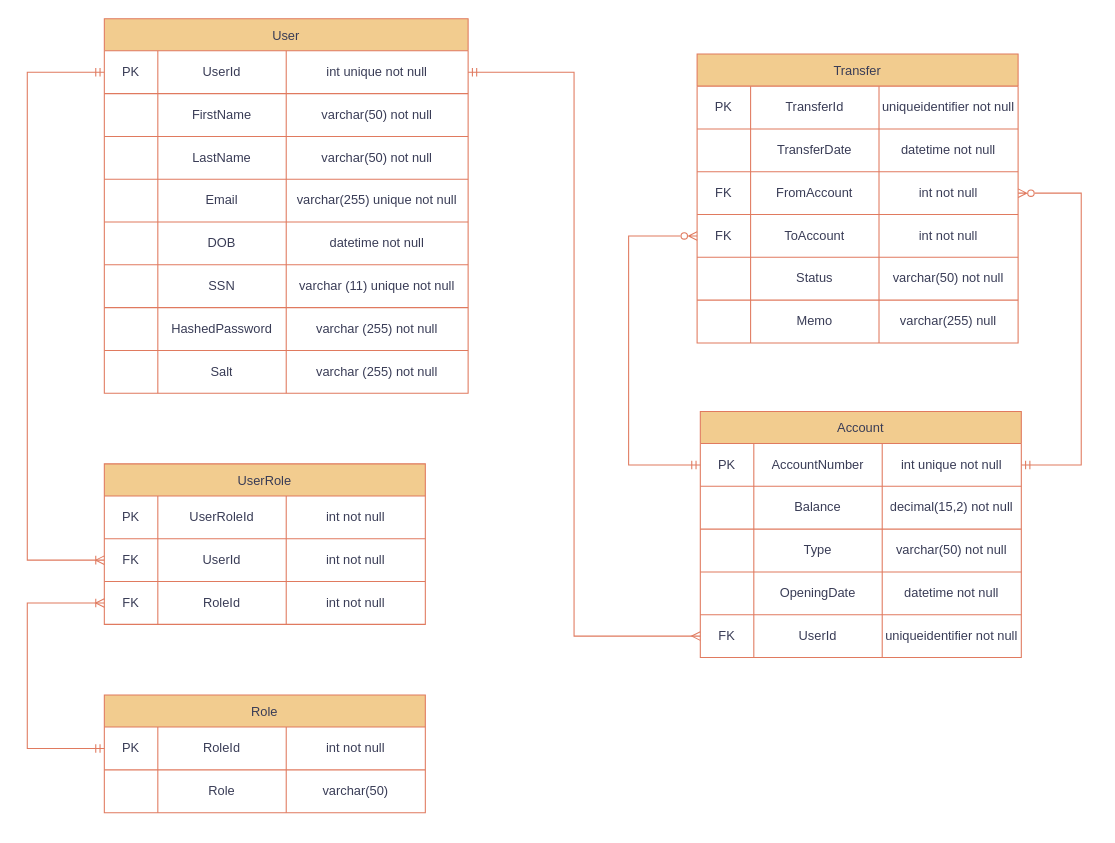
Before: Docs/BankingERD.drawio in Beugenius/BankingSystem, a draw.io diagram. Source tidied: cells renumbered, new cells numbered last; positions are measured from the earlier drawing's top-left corner, leaving out a move shared by most shapes. Both pictures are drawn from the tidied source at 107%, with x=0, y=0 at pixel (27, 18).
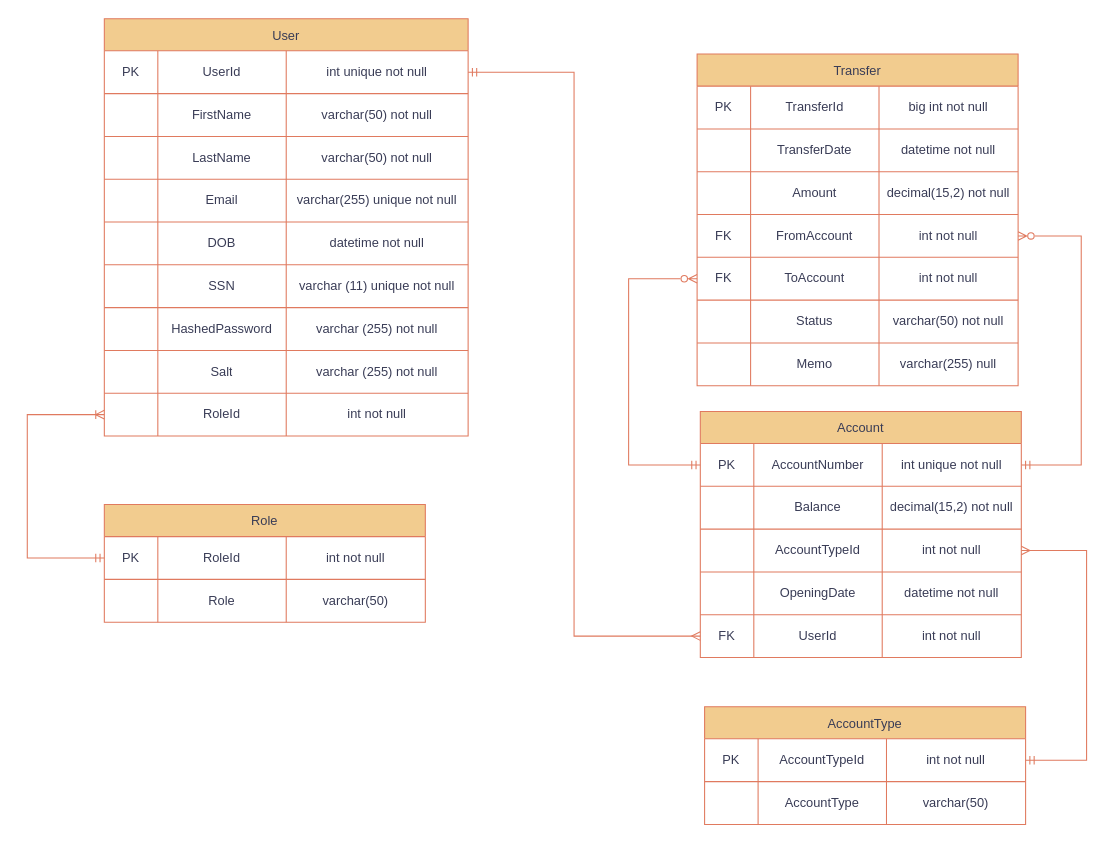
The same page after the edit.

Commit message (it also covers changes not shown here):
finishing stored procedure calls and dummy data implementation. ERD fixed to reflect database decisions

The change refers to these unchanged cells:
```xml
<mxCell id="3" style="shape=tableRow;horizontal=0;startSize=0;swimlaneHead=0;swimlaneBody=0;strokeColor=#E07A5F;top=0;left=0;bottom=0;right=0;fillColor=none;points=[[0,0.5],[1,0.5]];portConstraint=eastwest;labelBackgroundColor=none;fontColor=#393C56;" parent="2" vertex="1">
  <mxGeometry y="30" width="340" height="40" as="geometry" />
</mxCell>
<mxCell id="36" style="shape=tableRow;horizontal=0;startSize=0;swimlaneHead=0;swimlaneBody=0;strokeColor=#E07A5F;top=0;left=0;bottom=0;right=0;fillColor=none;points=[[0,0.5],[1,0.5]];portConstraint=eastwest;labelBackgroundColor=none;fontColor=#393C56;" parent="35" vertex="1">
  <mxGeometry y="30" width="300" height="40" as="geometry" />
</mxCell>
<mxCell id="44" style="shape=tableRow;horizontal=0;startSize=0;swimlaneHead=0;swimlaneBody=0;strokeColor=#E07A5F;top=0;left=0;bottom=0;right=0;fillColor=none;points=[[0,0.5],[1,0.5]];portConstraint=eastwest;labelBackgroundColor=none;fontColor=#393C56;" parent="35" vertex="1">
  <mxGeometry y="110" width="300" height="40" as="geometry" />
</mxCell>
<mxCell id="52" style="shape=tableRow;horizontal=0;startSize=0;swimlaneHead=0;swimlaneBody=0;strokeColor=#E07A5F;top=0;left=0;bottom=0;right=0;fillColor=none;points=[[0,0.5],[1,0.5]];portConstraint=eastwest;labelBackgroundColor=none;fontColor=#393C56;" parent="35" vertex="1">
  <mxGeometry y="190" width="300" height="40" as="geometry" />
</mxCell>
<mxCell id="70" style="shape=tableRow;horizontal=0;startSize=0;swimlaneHead=0;swimlaneBody=0;strokeColor=#E07A5F;top=0;left=0;bottom=0;right=0;fillColor=none;labelBackgroundColor=none;fontColor=#393C56;" parent="69" vertex="1">
  <mxGeometry y="30" width="300" height="40" as="geometry" />
</mxCell>
<mxCell id="99" style="shape=tableRow;horizontal=0;startSize=0;swimlaneHead=0;swimlaneBody=0;strokeColor=#E07A5F;top=0;left=0;bottom=0;right=0;fillColor=none;points=[[0,0.5],[1,0.5]];portConstraint=eastwest;labelBackgroundColor=none;fontColor=#393C56;" parent="98" vertex="1">
  <mxGeometry y="30" width="300" height="40" as="geometry" />
</mxCell>
```

The edit, as a diff of the source:
```diff
@@
     <mxCell id="2" value="User" style="shape=table;startSize=30;childLayout=tableLayout;labelBackgroundColor=none;fillColor=#F2CC8F;strokeColor=#E07A5F;fontColor=#393C56;" parent="1" vertex="1">
-      <mxGeometry x="72" width="340" height="350" as="geometry" />
+      <mxGeometry x="72" width="340" height="390" as="geometry" />
     </mxCell>
@@
+    <mxCell id="108" style="shape=tableRow;horizontal=0;startSize=0;swimlaneHead=0;swimlaneBody=0;strokeColor=#E07A5F;top=0;left=0;bottom=0;right=0;fillColor=none;points=[[0,0.5],[1,0.5]];portConstraint=eastwest;labelBackgroundColor=none;fontColor=#393C56;" parent="2" vertex="1">
+      <mxGeometry y="350" width="340" height="40" as="geometry" />
+    </mxCell>
+    <mxCell id="109" style="shape=partialRectangle;html=1;whiteSpace=wrap;strokeColor=#E07A5F;overflow=hidden;fillColor=none;top=0;left=0;bottom=0;right=0;labelBackgroundColor=none;fontColor=#393C56;" parent="108" vertex="1">
+      <mxGeometry width="50" height="40" as="geometry" />
+    </mxCell>
+    <mxCell id="67" value="RoleId" style="shape=partialRectangle;html=1;whiteSpace=wrap;strokeColor=#E07A5F;overflow=hidden;fillColor=none;top=0;left=0;bottom=0;right=0;labelBackgroundColor=none;fontColor=#393C56;" parent="108" vertex="1">
+      <mxGeometry x="50" width="120" height="40" as="geometry" />
+    </mxCell>
+    <mxCell id="110" value="int not null" style="shape=partialRectangle;html=1;whiteSpace=wrap;strokeColor=#E07A5F;overflow=hidden;fillColor=none;top=0;left=0;bottom=0;right=0;labelBackgroundColor=none;fontColor=#393C56;" parent="108" vertex="1">
+      <mxGeometry x="170" width="170" height="40" as="geometry" />
+    </mxCell>
@@
-    <mxCell id="46" value="Type" style="shape=partialRectangle;html=1;whiteSpace=wrap;strokeColor=#E07A5F;overflow=hidden;fillColor=none;top=0;left=0;bottom=0;right=0;labelBackgroundColor=none;fontColor=#393C56;" parent="44" vertex="1">
+    <mxCell id="46" value="AccountTypeId" style="shape=partialRectangle;html=1;whiteSpace=wrap;strokeColor=#E07A5F;overflow=hidden;fillColor=none;top=0;left=0;bottom=0;right=0;labelBackgroundColor=none;fontColor=#393C56;" parent="44" vertex="1">
       <mxGeometry x="50" width="120" height="40" as="geometry" />
     </mxCell>
-    <mxCell id="47" value="varchar(50) not null" style="shape=partialRectangle;html=1;whiteSpace=wrap;strokeColor=#E07A5F;overflow=hidden;fillColor=none;top=0;left=0;bottom=0;right=0;labelBackgroundColor=none;fontColor=#393C56;" parent="44" vertex="1">
+    <mxCell id="47" value="int not null" style="shape=partialRectangle;html=1;whiteSpace=wrap;strokeColor=#E07A5F;overflow=hidden;fillColor=none;top=0;left=0;bottom=0;right=0;labelBackgroundColor=none;fontColor=#393C56;" parent="44" vertex="1">
       <mxGeometry x="170" width="130" height="40" as="geometry" />
     </mxCell>
@@
-    <mxCell id="55" value="uniqueidentifier not null" style="shape=partialRectangle;html=1;whiteSpace=wrap;strokeColor=#E07A5F;overflow=hidden;fillColor=none;top=0;left=0;bottom=0;right=0;labelBackgroundColor=none;fontColor=#393C56;" parent="52" vertex="1">
+    <mxCell id="55" value="int not null" style="shape=partialRectangle;html=1;whiteSpace=wrap;strokeColor=#E07A5F;overflow=hidden;fillColor=none;top=0;left=0;bottom=0;right=0;labelBackgroundColor=none;fontColor=#393C56;" parent="52" vertex="1">
       <mxGeometry x="170" width="130" height="40" as="geometry" />
     </mxCell>
-    <mxCell id="56" value="UserRole" style="shape=table;startSize=30;childLayout=tableLayout;labelBackgroundColor=none;fillColor=#F2CC8F;strokeColor=#E07A5F;fontColor=#393C56;" parent="1" vertex="1">
-      <mxGeometry x="72" y="416" width="300" height="150" as="geometry" />
-    </mxCell>
-    <mxCell id="57" style="shape=tableRow;horizontal=0;startSize=0;swimlaneHead=0;swimlaneBody=0;strokeColor=#E07A5F;top=0;left=0;bottom=0;right=0;fillColor=none;points=[[0,0.5],[1,0.5]];portConstraint=eastwest;labelBackgroundColor=none;fontColor=#393C56;" parent="56" vertex="1">
-      <mxGeometry y="30" width="300" height="40" as="geometry" />
-    </mxCell>
-    <mxCell id="58" value="PK" style="shape=partialRectangle;html=1;whiteSpace=wrap;strokeColor=#E07A5F;overflow=hidden;fillColor=none;top=0;left=0;bottom=0;right=0;labelBackgroundColor=none;fontColor=#393C56;" parent="57" vertex="1">
-      <mxGeometry width="50" height="40" as="geometry" />
-    </mxCell>
-    <mxCell id="59" value="UserRoleId" style="shape=partialRectangle;html=1;whiteSpace=wrap;strokeColor=#E07A5F;overflow=hidden;fillColor=none;top=0;left=0;bottom=0;right=0;labelBackgroundColor=none;fontColor=#393C56;" parent="57" vertex="1">
-      <mxGeometry x="50" width="120" height="40" as="geometry" />
-    </mxCell>
-    <mxCell id="60" value="int not null" style="shape=partialRectangle;html=1;whiteSpace=wrap;strokeColor=#E07A5F;overflow=hidden;fillColor=none;top=0;left=0;bottom=0;right=0;labelBackgroundColor=none;fontColor=#393C56;" parent="57" vertex="1">
-      <mxGeometry x="170" width="130" height="40" as="geometry" />
-    </mxCell>
-    <mxCell id="61" style="shape=tableRow;horizontal=0;startSize=0;swimlaneHead=0;swimlaneBody=0;strokeColor=#E07A5F;top=0;left=0;bottom=0;right=0;fillColor=none;points=[[0,0.5],[1,0.5]];portConstraint=eastwest;labelBackgroundColor=none;fontColor=#393C56;" parent="56" vertex="1">
-      <mxGeometry y="70" width="300" height="40" as="geometry" />
-    </mxCell>
-    <mxCell id="62" value="FK" style="shape=partialRectangle;html=1;whiteSpace=wrap;strokeColor=#E07A5F;overflow=hidden;fillColor=none;top=0;left=0;bottom=0;right=0;labelBackgroundColor=none;fontColor=#393C56;" parent="61" vertex="1">
-      <mxGeometry width="50" height="40" as="geometry" />
-    </mxCell>
-    <mxCell id="63" value="UserId" style="shape=partialRectangle;html=1;whiteSpace=wrap;strokeColor=#E07A5F;overflow=hidden;fillColor=none;top=0;left=0;bottom=0;right=0;labelBackgroundColor=none;fontColor=#393C56;" parent="61" vertex="1">
-      <mxGeometry x="50" width="120" height="40" as="geometry" />
-    </mxCell>
-    <mxCell id="64" value="int not null" style="shape=partialRectangle;html=1;whiteSpace=wrap;strokeColor=#E07A5F;overflow=hidden;fillColor=none;top=0;left=0;bottom=0;right=0;labelBackgroundColor=none;fontColor=#393C56;" parent="61" vertex="1">
-      <mxGeometry x="170" width="130" height="40" as="geometry" />
-    </mxCell>
-    <mxCell id="65" style="shape=tableRow;horizontal=0;startSize=0;swimlaneHead=0;swimlaneBody=0;strokeColor=#E07A5F;top=0;left=0;bottom=0;right=0;fillColor=none;points=[[0,0.5],[1,0.5]];portConstraint=eastwest;labelBackgroundColor=none;fontColor=#393C56;" parent="56" vertex="1">
-      <mxGeometry y="110" width="300" height="40" as="geometry" />
-    </mxCell>
-    <mxCell id="66" value="FK" style="shape=partialRectangle;html=1;whiteSpace=wrap;strokeColor=#E07A5F;overflow=hidden;fillColor=none;top=0;left=0;bottom=0;right=0;labelBackgroundColor=none;fontColor=#393C56;" parent="65" vertex="1">
-      <mxGeometry width="50" height="40" as="geometry" />
-    </mxCell>
-    <mxCell id="67" value="RoleId" style="shape=partialRectangle;html=1;whiteSpace=wrap;strokeColor=#E07A5F;overflow=hidden;fillColor=none;top=0;left=0;bottom=0;right=0;labelBackgroundColor=none;fontColor=#393C56;" parent="65" vertex="1">
-      <mxGeometry x="50" width="120" height="40" as="geometry" />
-    </mxCell>
-    <mxCell id="68" value="int not null" style="shape=partialRectangle;html=1;whiteSpace=wrap;strokeColor=#E07A5F;overflow=hidden;fillColor=none;top=0;left=0;bottom=0;right=0;labelBackgroundColor=none;fontColor=#393C56;" parent="65" vertex="1">
-      <mxGeometry x="170" width="130" height="40" as="geometry" />
-    </mxCell>
     <mxCell id="69" value="Transfer" style="shape=table;startSize=30;childLayout=tableLayout;labelBackgroundColor=none;fillColor=#F2CC8F;strokeColor=#E07A5F;fontColor=#393C56;" parent="1" vertex="1">
-      <mxGeometry x="626" y="33" width="300" height="270" as="geometry" />
+      <mxGeometry x="626" y="33" width="300" height="310" as="geometry" />
     </mxCell>
@@
-    <mxCell id="73" value="uniqueidentifier not null" style="shape=partialRectangle;html=1;whiteSpace=wrap;strokeColor=#E07A5F;overflow=hidden;fillColor=none;top=0;left=0;bottom=0;right=0;labelBackgroundColor=none;fontColor=#393C56;" parent="70" vertex="1">
+    <mxCell id="73" value="big int not null" style="shape=partialRectangle;html=1;whiteSpace=wrap;strokeColor=#E07A5F;overflow=hidden;fillColor=none;top=0;left=0;bottom=0;right=0;labelBackgroundColor=none;fontColor=#393C56;" parent="70" vertex="1">
       <mxGeometry x="170" width="130" height="40" as="geometry" />
     </mxCell>
@@
+    <mxCell id="65" style="shape=tableRow;horizontal=0;startSize=0;swimlaneHead=0;swimlaneBody=0;strokeColor=#E07A5F;top=0;left=0;bottom=0;right=0;fillColor=none;points=[[0,0.5],[1,0.5]];portConstraint=eastwest;labelBackgroundColor=none;fontColor=#393C56;" parent="69" vertex="1">
+      <mxGeometry y="110" width="300" height="40" as="geometry" />
+    </mxCell>
+    <mxCell id="111" style="shape=partialRectangle;html=1;whiteSpace=wrap;strokeColor=#E07A5F;overflow=hidden;fillColor=none;top=0;left=0;bottom=0;right=0;labelBackgroundColor=none;fontColor=#393C56;" parent="65" vertex="1">
+      <mxGeometry width="50" height="40" as="geometry" />
+    </mxCell>
+    <mxCell id="112" value="Amount" style="shape=partialRectangle;html=1;whiteSpace=wrap;strokeColor=#E07A5F;overflow=hidden;fillColor=none;top=0;left=0;bottom=0;right=0;labelBackgroundColor=none;fontColor=#393C56;" parent="65" vertex="1">
+      <mxGeometry x="50" width="120" height="40" as="geometry" />
+    </mxCell>
+    <mxCell id="113" value="decimal(15,2) not null" style="shape=partialRectangle;html=1;whiteSpace=wrap;strokeColor=#E07A5F;overflow=hidden;fillColor=none;top=0;left=0;bottom=0;right=0;labelBackgroundColor=none;fontColor=#393C56;" parent="65" vertex="1">
+      <mxGeometry x="170" width="130" height="40" as="geometry" />
+    </mxCell>
     <mxCell id="78" style="shape=tableRow;horizontal=0;startSize=0;swimlaneHead=0;swimlaneBody=0;strokeColor=#E07A5F;top=0;left=0;bottom=0;right=0;fillColor=none;points=[[0,0.5],[1,0.5]];portConstraint=eastwest;labelBackgroundColor=none;fontColor=#393C56;" parent="69" vertex="1">
-      <mxGeometry y="110" width="300" height="40" as="geometry" />
+      <mxGeometry y="150" width="300" height="40" as="geometry" />
     </mxCell>
@@
     <mxCell id="82" style="shape=tableRow;horizontal=0;startSize=0;swimlaneHead=0;swimlaneBody=0;strokeColor=#E07A5F;top=0;left=0;bottom=0;right=0;fillColor=none;points=[[0,0.5],[1,0.5]];portConstraint=eastwest;labelBackgroundColor=none;fontColor=#393C56;" parent="69" vertex="1">
-      <mxGeometry y="150" width="300" height="40" as="geometry" />
+      <mxGeometry y="190" width="300" height="40" as="geometry" />
     </mxCell>
@@
     <mxCell id="86" style="shape=tableRow;horizontal=0;startSize=0;swimlaneHead=0;swimlaneBody=0;strokeColor=#E07A5F;top=0;left=0;bottom=0;right=0;fillColor=none;labelBackgroundColor=none;fontColor=#393C56;" parent="69" vertex="1">
-      <mxGeometry y="190" width="300" height="40" as="geometry" />
+      <mxGeometry y="230" width="300" height="40" as="geometry" />
     </mxCell>
@@
     <mxCell id="90" style="shape=tableRow;horizontal=0;startSize=0;swimlaneHead=0;swimlaneBody=0;strokeColor=#E07A5F;top=0;left=0;bottom=0;right=0;fillColor=none;labelBackgroundColor=none;fontColor=#393C56;" parent="69" vertex="1">
-      <mxGeometry y="230" width="300" height="40" as="geometry" />
+      <mxGeometry y="270" width="300" height="40" as="geometry" />
     </mxCell>
@@
-    <mxCell id="94" style="edgeStyle=orthogonalEdgeStyle;rounded=0;jettySize=auto;html=1;entryX=0;entryY=0.5;entryDx=0;entryDy=0;startArrow=ERmandOne;startFill=0;endArrow=ERoneToMany;endFill=0;labelBackgroundColor=none;strokeColor=#E07A5F;fontColor=default;" parent="1" edge="1" source="3" target="61">
-      <mxGeometry relative="1" as="geometry">
-        <Array as="points">
-          <mxPoint y="50" />
-          <mxPoint y="506" />
-        </Array>
-      </mxGeometry>
-    </mxCell>
@@
     <mxCell id="96" style="edgeStyle=orthogonalEdgeStyle;rounded=0;jettySize=auto;html=1;entryX=1;entryY=0.5;entryDx=0;entryDy=0;startArrow=ERmandOne;startFill=0;endArrow=ERzeroToMany;endFill=0;labelBackgroundColor=none;strokeColor=#E07A5F;fontColor=default;" parent="1" edge="1" source="36" target="78">
       <mxGeometry relative="1" as="geometry">
         <Array as="points">
           <mxPoint x="985" y="417" />
-          <mxPoint x="985" y="163" />
+          <mxPoint x="985" y="203" />
         </Array>
       </mxGeometry>
     </mxCell>
     <mxCell id="97" style="edgeStyle=orthogonalEdgeStyle;rounded=0;jettySize=auto;html=1;entryX=0;entryY=0.5;entryDx=0;entryDy=0;startArrow=ERzeroToMany;startFill=0;endArrow=ERmandOne;endFill=0;labelBackgroundColor=none;strokeColor=#E07A5F;fontColor=default;" parent="1" edge="1" source="82" target="36">
       <mxGeometry relative="1" as="geometry">
         <Array as="points">
-          <mxPoint x="562" y="203" />
+          <mxPoint x="562" y="243" />
           <mxPoint x="562" y="417" />
         </Array>
       </mxGeometry>
     </mxCell>
     <mxCell id="98" value="Role" style="shape=table;startSize=30;childLayout=tableLayout;labelBackgroundColor=none;fillColor=#F2CC8F;strokeColor=#E07A5F;fontColor=#393C56;" parent="1" vertex="1">
-      <mxGeometry x="72" y="632" width="300" height="110" as="geometry" />
+      <mxGeometry x="72" y="454" width="300" height="110" as="geometry" />
     </mxCell>
@@
-    <mxCell id="107" style="edgeStyle=orthogonalEdgeStyle;rounded=0;jettySize=auto;html=1;entryX=0;entryY=0.5;entryDx=0;entryDy=0;strokeColor=#E07A5F;fontColor=#393C56;fillColor=#F2CC8F;startArrow=ERoneToMany;startFill=0;endArrow=ERmandOne;endFill=0;" parent="1" edge="1" source="65" target="99">
+    <mxCell id="107" style="edgeStyle=orthogonalEdgeStyle;rounded=0;jettySize=auto;html=1;entryX=0;entryY=0.5;entryDx=0;entryDy=0;strokeColor=#E07A5F;fontColor=default;fillColor=#F2CC8F;startArrow=ERoneToMany;startFill=0;endArrow=ERmandOne;endFill=0;exitX=0;exitY=0.5;exitDx=0;exitDy=0;labelBackgroundColor=none;" parent="1" edge="1" source="108" target="99">
       <mxGeometry relative="1" as="geometry">
         <Array as="points">
-          <mxPoint y="546" />
-          <mxPoint y="682" />
+          <mxPoint y="370" />
+          <mxPoint y="504" />
         </Array>
       </mxGeometry>
     </mxCell>
+    <mxCell id="114" value="AccountType" style="shape=table;startSize=30;childLayout=tableLayout;labelBackgroundColor=none;fillColor=#F2CC8F;strokeColor=#E07A5F;fontColor=#393C56;" parent="1" vertex="1">
+      <mxGeometry x="633" y="643" width="300" height="110" as="geometry" />
+    </mxCell>
+    <mxCell id="57" style="shape=tableRow;horizontal=0;startSize=0;swimlaneHead=0;swimlaneBody=0;strokeColor=#E07A5F;top=0;left=0;bottom=0;right=0;fillColor=none;points=[[0,0.5],[1,0.5]];portConstraint=eastwest;labelBackgroundColor=none;fontColor=#393C56;" parent="114" vertex="1">
+      <mxGeometry y="30" width="300" height="40" as="geometry" />
+    </mxCell>
+    <mxCell id="58" value="PK" style="shape=partialRectangle;html=1;whiteSpace=wrap;strokeColor=#E07A5F;overflow=hidden;fillColor=none;top=0;left=0;bottom=0;right=0;labelBackgroundColor=none;fontColor=#393C56;" parent="57" vertex="1">
+      <mxGeometry width="50" height="40" as="geometry" />
+    </mxCell>
+    <mxCell id="115" value="AccountTypeId" style="shape=partialRectangle;html=1;whiteSpace=wrap;strokeColor=#E07A5F;overflow=hidden;fillColor=none;top=0;left=0;bottom=0;right=0;labelBackgroundColor=none;fontColor=#393C56;" parent="57" vertex="1">
+      <mxGeometry x="50" width="120" height="40" as="geometry" />
+    </mxCell>
+    <mxCell id="116" value="int not null" style="shape=partialRectangle;html=1;whiteSpace=wrap;strokeColor=#E07A5F;overflow=hidden;fillColor=none;top=0;left=0;bottom=0;right=0;labelBackgroundColor=none;fontColor=#393C56;" parent="57" vertex="1">
+      <mxGeometry x="170" width="130" height="40" as="geometry" />
+    </mxCell>
+    <mxCell id="61" style="shape=tableRow;horizontal=0;startSize=0;swimlaneHead=0;swimlaneBody=0;strokeColor=#E07A5F;top=0;left=0;bottom=0;right=0;fillColor=none;points=[[0,0.5],[1,0.5]];portConstraint=eastwest;labelBackgroundColor=none;fontColor=#393C56;" parent="114" vertex="1">
+      <mxGeometry y="70" width="300" height="40" as="geometry" />
+    </mxCell>
+    <mxCell id="117" style="shape=partialRectangle;html=1;whiteSpace=wrap;strokeColor=#E07A5F;overflow=hidden;fillColor=none;top=0;left=0;bottom=0;right=0;labelBackgroundColor=none;fontColor=#393C56;" parent="61" vertex="1">
+      <mxGeometry width="50" height="40" as="geometry" />
+    </mxCell>
+    <mxCell id="118" value="AccountType" style="shape=partialRectangle;html=1;whiteSpace=wrap;strokeColor=#E07A5F;overflow=hidden;fillColor=none;top=0;left=0;bottom=0;right=0;labelBackgroundColor=none;fontColor=#393C56;" parent="61" vertex="1">
+      <mxGeometry x="50" width="120" height="40" as="geometry" />
+    </mxCell>
+    <mxCell id="119" value="varchar(50)" style="shape=partialRectangle;html=1;whiteSpace=wrap;strokeColor=#E07A5F;overflow=hidden;fillColor=none;top=0;left=0;bottom=0;right=0;labelBackgroundColor=none;fontColor=#393C56;" parent="61" vertex="1">
+      <mxGeometry x="170" width="130" height="40" as="geometry" />
+    </mxCell>
+    <mxCell id="120" style="edgeStyle=orthogonalEdgeStyle;rounded=0;jettySize=auto;html=1;entryX=1;entryY=0.5;entryDx=0;entryDy=0;startArrow=ERmany;startFill=0;endArrow=ERmandOne;endFill=0;labelBackgroundColor=none;strokeColor=#E07A5F;fontColor=default;" parent="1" edge="1" source="44" target="57">
+      <mxGeometry relative="1" as="geometry">
+        <Array as="points">
+          <mxPoint x="990" y="497" />
+          <mxPoint x="990" y="693" />
+        </Array>
+      </mxGeometry>
+    </mxCell>
```
